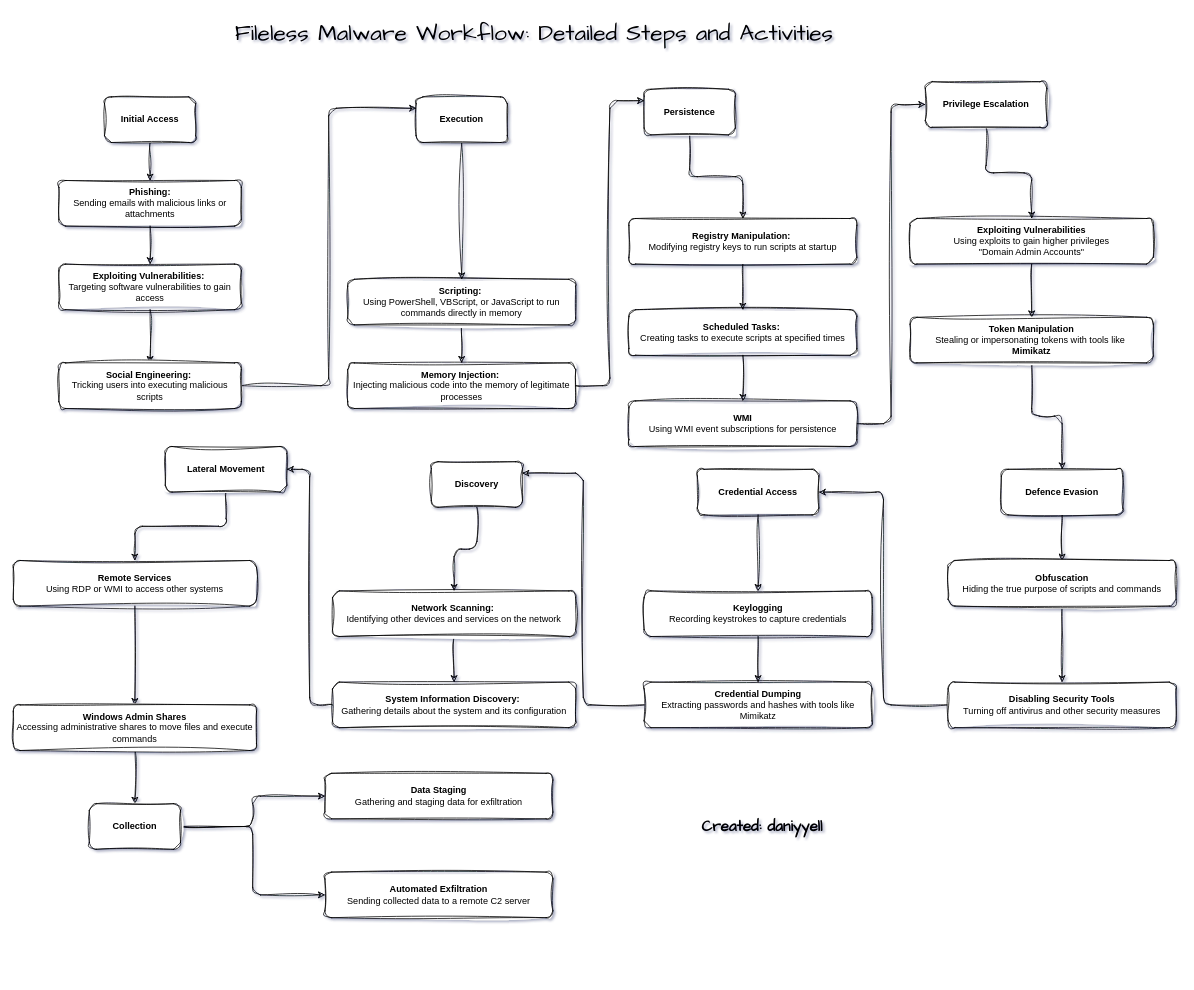
Earlier version of the draw.io diagram Untitled Diagram.drawio (daniyyell-dev/draw.io). Source tidied: cells renumbered, new cells numbered last; positions are measured from the earlier drawing's top-left corner, leaving out a move shared by most shapes. Both pictures are drawn from the tidied source at 76%, with x=0, y=0 at pixel (13, 13).
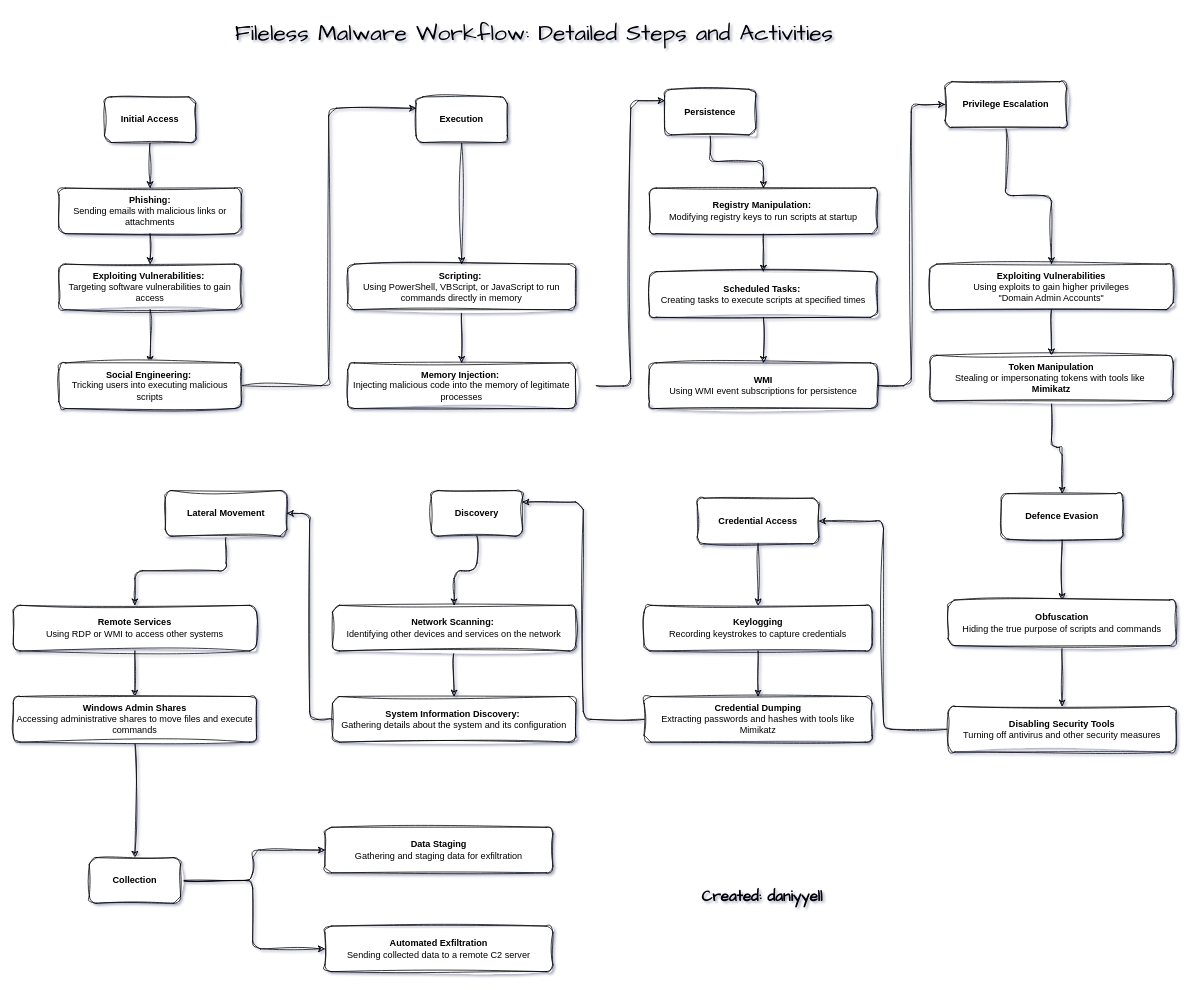
After the change.

The change refers to these unchanged cells:
```xml
<mxCell id="3" value="&lt;div&gt;&lt;b&gt;Memory Injection:&amp;nbsp;&lt;/b&gt;&lt;/div&gt;&lt;div&gt;Injecting malicious code into the memory of legitimate processes&lt;/div&gt;" style="rounded=1;whiteSpace=wrap;html=1;labelBackgroundColor=none;sketch=1;curveFitting=1;jiggle=2;" parent="1" vertex="1">
  <mxGeometry x="440" y="460" width="300" height="60" as="geometry" />
</mxCell>
<mxCell id="36" style="group;labelBackgroundColor=none;rounded=1;sketch=1;curveFitting=1;jiggle=2;" parent="1" vertex="1">
  <mxGeometry x="60" y="110" width="240" height="410" as="geometry" />
</mxCell>
```

Diff of the diagram source:
```diff
@@
     <mxCell id="5" value="&lt;div&gt;&lt;b&gt;Registry Manipulation:&lt;/b&gt;&amp;nbsp;&lt;/div&gt;&lt;div&gt;Modifying registry keys to run scripts at startup&lt;/div&gt;" style="rounded=1;whiteSpace=wrap;html=1;labelBackgroundColor=none;sketch=1;curveFitting=1;jiggle=2;" parent="1" vertex="1">
-      <mxGeometry x="810" y="270" width="300" height="60" as="geometry" />
+      <mxGeometry x="837" y="230" width="300" height="60" as="geometry" />
     </mxCell>
@@
     <mxCell id="7" value="&lt;div&gt;&lt;b&gt;Scheduled Tasks:&amp;nbsp;&lt;/b&gt;&lt;/div&gt;&lt;div&gt;Creating tasks to execute scripts at specified times&lt;/div&gt;" style="rounded=1;whiteSpace=wrap;html=1;labelBackgroundColor=none;sketch=1;curveFitting=1;jiggle=2;" parent="1" vertex="1">
-      <mxGeometry x="810" y="390" width="300" height="60" as="geometry" />
+      <mxGeometry x="837" y="340" width="300" height="60" as="geometry" />
     </mxCell>
@@
     <mxCell id="9" value="&lt;div&gt;&lt;b&gt;WMI &lt;br&gt;&lt;/b&gt;&lt;/div&gt;&lt;div&gt;Using WMI event subscriptions for persistence&lt;/div&gt;" style="rounded=1;whiteSpace=wrap;html=1;labelBackgroundColor=none;sketch=1;curveFitting=1;jiggle=2;" parent="1" vertex="1">
-      <mxGeometry x="810" y="510" width="300" height="60" as="geometry" />
+      <mxGeometry x="837" y="460" width="300" height="60" as="geometry" />
     </mxCell>
@@
     <mxCell id="11" value="&lt;b&gt;Privilege Escalation&lt;/b&gt;" style="rounded=1;whiteSpace=wrap;html=1;labelBackgroundColor=none;sketch=1;curveFitting=1;jiggle=2;" parent="1" vertex="1">
-      <mxGeometry x="1200" y="90" width="160" height="60" as="geometry" />
+      <mxGeometry x="1226" y="90" width="160" height="60" as="geometry" />
     </mxCell>
@@
     <mxCell id="13" value="&lt;div&gt;&lt;b&gt;Exploiting Vulnerabilities &lt;br&gt;&lt;/b&gt;&lt;/div&gt;&lt;div&gt;Using exploits to gain higher privileges&lt;/div&gt;&lt;div&gt;&lt;span style=&quot;&quot; class=&quot;hs_cos_wrapper hs_cos_wrapper_meta_field hs_cos_wrapper_type_rich_text&quot; id=&quot;hs_cos_wrapper_post_body&quot;&gt;&quot;Domain Admin Accounts&quot;&lt;/span&gt;&lt;/div&gt;" style="rounded=1;whiteSpace=wrap;html=1;labelBackgroundColor=none;sketch=1;curveFitting=1;jiggle=2;" parent="1" vertex="1">
-      <mxGeometry x="1180" y="270" width="320" height="60" as="geometry" />
+      <mxGeometry x="1206" y="330" width="320" height="60" as="geometry" />
     </mxCell>
@@
     <mxCell id="15" value="&lt;div&gt;&lt;b&gt;Token Manipulation &lt;br&gt;&lt;/b&gt;&lt;/div&gt;&lt;div&gt;Stealing or impersonating tokens with tools like&amp;nbsp;&lt;/div&gt;&lt;div&gt;&lt;b&gt;Mimikatz&lt;/b&gt;&lt;/div&gt;" style="rounded=1;whiteSpace=wrap;html=1;labelBackgroundColor=none;sketch=1;curveFitting=1;jiggle=2;" parent="1" vertex="1">
-      <mxGeometry x="1180" y="400" width="320" height="60" as="geometry" />
+      <mxGeometry x="1206" y="450" width="320" height="60" as="geometry" />
     </mxCell>
@@
     <mxCell id="20" value="&lt;div&gt;&lt;b&gt;Scripting:&amp;nbsp;&lt;/b&gt;&lt;/div&gt;&lt;div&gt;Using PowerShell, VBScript, or JavaScript to run commands directly in memory&lt;/div&gt;" style="rounded=1;whiteSpace=wrap;html=1;labelBackgroundColor=none;sketch=1;curveFitting=1;jiggle=2;" parent="1" vertex="1">
-      <mxGeometry x="440" y="350" width="300" height="60" as="geometry" />
+      <mxGeometry x="440" y="330" width="300" height="60" as="geometry" />
     </mxCell>
-    <mxCell id="21" style="edgeStyle=orthogonalEdgeStyle;rounded=1;jettySize=auto;html=1;entryX=0;entryY=0.25;entryDx=0;entryDy=0;labelBackgroundColor=none;fontColor=default;sketch=1;curveFitting=1;jiggle=2;" parent="1" edge="1" source="3" target="23">
-      <mxGeometry relative="1" as="geometry" />
+    <mxCell id="21" style="edgeStyle=orthogonalEdgeStyle;rounded=1;jettySize=auto;html=1;entryX=0;entryY=0.25;entryDx=0;entryDy=0;labelBackgroundColor=none;fontColor=default;sketch=1;curveFitting=1;jiggle=2;" parent="1" edge="1" target="23">
+      <mxGeometry relative="1" as="geometry">
+        <mxPoint x="767" y="490" as="sourcePoint" />
+      </mxGeometry>
     </mxCell>
@@
     <mxCell id="23" value="&lt;b&gt;Persistence&lt;/b&gt;" style="rounded=1;whiteSpace=wrap;html=1;labelBackgroundColor=none;sketch=1;curveFitting=1;jiggle=2;" parent="1" vertex="1">
-      <mxGeometry x="830" y="100" width="120" height="60" as="geometry" />
+      <mxGeometry x="857" y="100" width="120" height="60" as="geometry" />
     </mxCell>
@@
     <mxCell id="25" value="&lt;b&gt;Discovery&lt;/b&gt;" style="rounded=1;whiteSpace=wrap;html=1;labelBackgroundColor=none;sketch=1;curveFitting=1;jiggle=2;" parent="1" vertex="1">
-      <mxGeometry x="550" y="590" width="120" height="60" as="geometry" />
+      <mxGeometry x="550" y="628" width="120" height="60" as="geometry" />
     </mxCell>
@@
     <mxCell id="27" value="&lt;div&gt;&lt;b&gt;Network Scanning:&amp;nbsp;&lt;/b&gt;&lt;/div&gt;&lt;div&gt;Identifying other devices and services on the network&lt;/div&gt;" style="rounded=1;whiteSpace=wrap;html=1;labelBackgroundColor=none;sketch=1;curveFitting=1;jiggle=2;" parent="1" vertex="1">
-      <mxGeometry x="420" y="760" width="320" height="60" as="geometry" />
+      <mxGeometry x="420" y="779" width="320" height="60" as="geometry" />
     </mxCell>
@@
     <mxCell id="29" value="&lt;div&gt;&lt;b&gt;System Information Discovery:&amp;nbsp;&lt;/b&gt;&lt;/div&gt;&lt;div&gt;Gathering details about the system and its configuration&lt;/div&gt;" style="rounded=1;whiteSpace=wrap;html=1;labelBackgroundColor=none;sketch=1;curveFitting=1;jiggle=2;" parent="1" vertex="1">
-      <mxGeometry x="420" y="880" width="320" height="60" as="geometry" />
+      <mxGeometry x="420" y="899" width="320" height="60" as="geometry" />
     </mxCell>
@@
     <mxCell id="31" value="&lt;b&gt;Lateral Movement&lt;/b&gt;" style="rounded=1;whiteSpace=wrap;html=1;labelBackgroundColor=none;sketch=1;curveFitting=1;jiggle=2;" parent="1" vertex="1">
-      <mxGeometry x="200" y="570" width="160" height="60" as="geometry" />
+      <mxGeometry x="200" y="628" width="160" height="60" as="geometry" />
     </mxCell>
@@
     <mxCell id="33" value="&lt;div&gt;&lt;b&gt;Remote Services &lt;br&gt;&lt;/b&gt;&lt;/div&gt;&lt;div&gt;Using RDP or WMI to access other systems&lt;/div&gt;" style="rounded=1;whiteSpace=wrap;html=1;labelBackgroundColor=none;sketch=1;curveFitting=1;jiggle=2;" parent="1" vertex="1">
-      <mxGeometry y="720" width="320" height="60" as="geometry" />
+      <mxGeometry y="779" width="320" height="60" as="geometry" />
     </mxCell>
@@
     <mxCell id="35" value="&lt;div&gt;&lt;b&gt;Windows Admin Shares&lt;/b&gt; &lt;br&gt;&lt;/div&gt;&lt;div&gt;Accessing administrative shares to move files and execute commands&lt;/div&gt;" style="rounded=1;whiteSpace=wrap;html=1;labelBackgroundColor=none;sketch=1;curveFitting=1;jiggle=2;" parent="1" vertex="1">
-      <mxGeometry y="910" width="320" height="60" as="geometry" />
+      <mxGeometry y="899" width="320" height="60" as="geometry" />
     </mxCell>
@@
     <mxCell id="40" value="&lt;b&gt;Phishing: &lt;/b&gt;&lt;br&gt;Sending emails with malicious links or attachments" style="rounded=1;whiteSpace=wrap;html=1;labelBackgroundColor=none;sketch=1;curveFitting=1;jiggle=2;" parent="36" vertex="1">
-      <mxGeometry y="110" width="240" height="60" as="geometry" />
+      <mxGeometry y="120" width="240" height="60" as="geometry" />
     </mxCell>
@@
     <mxCell id="44" style="group;labelBackgroundColor=none;rounded=1;sketch=1;curveFitting=1;jiggle=2;" parent="1" vertex="1">
-      <mxGeometry x="1230" y="600" width="300" height="340" as="geometry" />
+      <mxGeometry x="1230" y="632" width="300" height="340" as="geometry" />
     </mxCell>
@@
     <mxCell id="48" value="&lt;div&gt;&lt;b&gt;Obfuscation &lt;br&gt;&lt;/b&gt;&lt;/div&gt;&lt;div&gt;Hiding the true purpose of scripts and commands&lt;/div&gt;" style="rounded=1;whiteSpace=wrap;html=1;labelBackgroundColor=none;sketch=1;curveFitting=1;jiggle=2;" parent="44" vertex="1">
-      <mxGeometry y="120" width="300" height="60" as="geometry" />
+      <mxGeometry y="140" width="300" height="60" as="geometry" />
     </mxCell>
@@
     <mxCell id="50" style="group;labelBackgroundColor=none;rounded=1;sketch=1;curveFitting=1;jiggle=2;" parent="1" vertex="1">
-      <mxGeometry x="830" y="600" width="300" height="340" as="geometry" />
+      <mxGeometry x="830" y="619" width="300" height="340" as="geometry" />
     </mxCell>
@@
     <mxCell id="52" value="&lt;b&gt;Credential Access&lt;/b&gt;" style="rounded=1;whiteSpace=wrap;html=1;labelBackgroundColor=none;sketch=1;curveFitting=1;jiggle=2;" parent="50" vertex="1">
-      <mxGeometry x="70" width="160" height="60" as="geometry" />
+      <mxGeometry x="70" y="19" width="160" height="60" as="geometry" />
     </mxCell>
@@
     <mxCell id="60" value="&lt;b&gt;Collection&lt;/b&gt;" style="rounded=1;whiteSpace=wrap;html=1;labelBackgroundColor=none;sketch=1;curveFitting=1;jiggle=2;" parent="1" vertex="1">
-      <mxGeometry x="100" y="1040" width="120" height="60" as="geometry" />
+      <mxGeometry x="100" y="1111" width="120" height="60" as="geometry" />
     </mxCell>
     <mxCell id="61" value="&lt;div&gt;&lt;b&gt;Data Staging &lt;br&gt;&lt;/b&gt;&lt;/div&gt;&lt;div&gt;Gathering and staging data for exfiltration&lt;/div&gt;" style="rounded=1;whiteSpace=wrap;html=1;labelBackgroundColor=none;sketch=1;curveFitting=1;jiggle=2;" parent="1" vertex="1">
-      <mxGeometry x="410" y="1000" width="300" height="60" as="geometry" />
+      <mxGeometry x="410" y="1071" width="300" height="60" as="geometry" />
     </mxCell>
     <mxCell id="62" value="&lt;div&gt;&lt;b&gt;Automated Exfiltration&lt;/b&gt;&lt;/div&gt;&lt;div&gt;Sending collected data to a remote C2 server&lt;br&gt;&lt;/div&gt;" style="rounded=1;whiteSpace=wrap;html=1;labelBackgroundColor=none;sketch=1;curveFitting=1;jiggle=2;" parent="1" vertex="1">
-      <mxGeometry x="410" y="1130" width="300" height="60" as="geometry" />
+      <mxGeometry x="410" y="1201" width="300" height="60" as="geometry" />
     </mxCell>
     <mxCell id="63" value="&lt;b&gt;&lt;font style=&quot;font-size: 20px;&quot;&gt;Created: daniyyell&lt;/font&gt;&lt;/b&gt;" style="text;html=1;align=center;verticalAlign=middle;strokeColor=none;fillColor=none;fontFamily=Architects Daughter;" parent="1" vertex="1">
-      <mxGeometry x="890" y="1050" width="190" height="40" as="geometry" />
+      <mxGeometry x="890" y="1142" width="190" height="40" as="geometry" />
     </mxCell>
```
